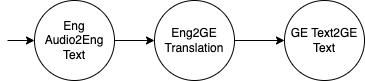
Above: pipelines/seldon-prototype/paper-audio-translation-TODO/pipeline-paper-nlp.png in saeid93/sponge (draw.io), before the change. Source tidied: cells renumbered, new cells last; positions are measured from the earlier drawing's top-left corner, leaving out a move shared by most shapes. The source it was exported from:
```xml
<mxGraphModel>
  <root>
    <mxCell id="0" />
    <mxCell id="1" parent="0" />
    <mxCell id="2" value="Eng&lt;br&gt;Audio2Eng&lt;br&gt;Text" style="ellipse;whiteSpace=wrap;html=1;fillColor=none;" parent="1" vertex="1">
      <mxGeometry x="27" width="80" height="80" as="geometry" />
    </mxCell>
    <mxCell id="3" value="Eng2GE&lt;br&gt;Translation" style="ellipse;whiteSpace=wrap;html=1;fillColor=none;" parent="1" vertex="1">
      <mxGeometry x="147" width="80" height="80" as="geometry" />
    </mxCell>
    <mxCell id="4" style="endArrow=classic;html=1;rounded=0;entryX=0;entryY=0.5;entryDx=0;entryDy=0;" parent="1" edge="1" target="2">
      <mxGeometry relative="1" as="geometry">
        <mxPoint y="40" as="sourcePoint" />
      </mxGeometry>
    </mxCell>
    <mxCell id="5" style="endArrow=classic;html=1;rounded=0;entryX=0;entryY=0.5;entryDx=0;entryDy=0;exitX=1;exitY=0.5;exitDx=0;exitDy=0;" parent="1" edge="1" source="2" target="3">
      <mxGeometry relative="1" as="geometry" />
    </mxCell>
    <mxCell id="6" value="GE Text2GE&lt;br&gt;Text&lt;br&gt;" style="ellipse;whiteSpace=wrap;html=1;fillColor=none;" parent="1" vertex="1">
      <mxGeometry x="277" width="80" height="80" as="geometry" />
    </mxCell>
    <mxCell id="7" style="endArrow=classic;html=1;rounded=0;entryX=0;entryY=0.5;entryDx=0;entryDy=0;exitX=1;exitY=0.5;exitDx=0;exitDy=0;" parent="1" edge="1" source="3" target="6">
      <mxGeometry relative="1" as="geometry" />
    </mxCell>
  </root>
</mxGraphModel>
```
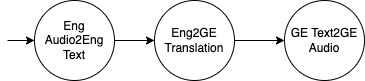
Later version of the same file.

The edit, as a diff of the source:
```diff
@@ -16,7 +16,7 @@
     <mxCell id="5" style="endArrow=classic;html=1;rounded=0;entryX=0;entryY=0.5;entryDx=0;entryDy=0;exitX=1;exitY=0.5;exitDx=0;exitDy=0;" parent="1" edge="1" source="2" target="3">
       <mxGeometry relative="1" as="geometry" />
     </mxCell>
-    <mxCell id="6" value="GE Text2GE&lt;br&gt;Text&lt;br&gt;" style="ellipse;whiteSpace=wrap;html=1;fillColor=none;" parent="1" vertex="1">
+    <mxCell id="6" value="GE Text2GE&lt;br&gt;Audio" style="ellipse;whiteSpace=wrap;html=1;fillColor=none;" parent="1" vertex="1">
       <mxGeometry x="277" width="80" height="80" as="geometry" />
     </mxCell>
     <mxCell id="7" style="endArrow=classic;html=1;rounded=0;entryX=0;entryY=0.5;entryDx=0;entryDy=0;exitX=1;exitY=0.5;exitDx=0;exitDy=0;" parent="1" edge="1" source="3" target="6">
```
